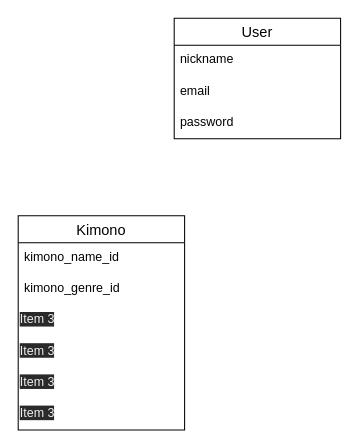
Above: kimono.dio in tumugi-koume/kimono-31114 (draw.io), before the change. Source tidied: cells renumbered, new cells numbered last; positions are measured from the earlier drawing's top-left corner, leaving out a move shared by most shapes. Both pictures are drawn from the tidied source at 104%, with x=0, y=0 at pixel (18, 18).
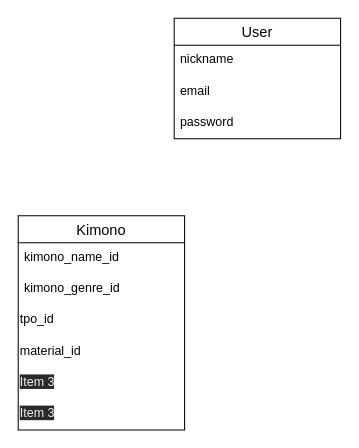
The same page after the edit.

The edit, as a diff of the source:
```diff
@@
 <mxGraphModel>
   <root>
     <mxCell id="0" />
     <mxCell id="1" parent="0" />
     <mxCell id="2" value="User" style="swimlane;fontStyle=0;horizontal=1;startSize=26;align=center;fontSize=14;" parent="1" vertex="1">
       <mxGeometry x="150" width="160" height="116" as="geometry" />
     </mxCell>
     <mxCell id="3" value="nickname" style="text;strokeColor=none;fillColor=none;spacingLeft=4;spacingRight=4;overflow=hidden;fontSize=12;" parent="2" vertex="1">
       <mxGeometry y="26" width="160" height="30" as="geometry" />
     </mxCell>
     <mxCell id="4" value="email" style="text;strokeColor=none;fillColor=none;spacingLeft=4;spacingRight=4;overflow=hidden;fontSize=12;" parent="2" vertex="1">
       <mxGeometry y="56" width="160" height="30" as="geometry" />
     </mxCell>
     <mxCell id="5" value="password" style="text;strokeColor=none;fillColor=none;spacingLeft=4;spacingRight=4;overflow=hidden;fontSize=12;" parent="2" vertex="1">
       <mxGeometry y="86" width="160" height="30" as="geometry" />
     </mxCell>
     <mxCell id="6" value="Kimono" style="swimlane;fontStyle=0;horizontal=1;startSize=26;align=center;fontSize=14;" parent="1" vertex="1">
       <mxGeometry y="190" width="160" height="206" as="geometry" />
     </mxCell>
     <mxCell id="7" value="kimono_name_id" style="text;strokeColor=none;fillColor=none;spacingLeft=4;spacingRight=4;overflow=hidden;fontSize=12;" parent="6" vertex="1">
       <mxGeometry y="26" width="160" height="30" as="geometry" />
     </mxCell>
     <mxCell id="8" value="kimono_genre_id" style="text;strokeColor=none;fillColor=none;spacingLeft=4;spacingRight=4;overflow=hidden;fontSize=12;" parent="6" vertex="1">
       <mxGeometry y="56" width="160" height="30" as="geometry" />
     </mxCell>
-    <mxCell id="9" value="&lt;span style=&quot;color: rgb(240, 240, 240); font-family: helvetica; font-size: 12px; font-style: normal; font-weight: 400; letter-spacing: normal; text-align: left; text-indent: 0px; text-transform: none; word-spacing: 0px; background-color: rgb(42, 42, 42); display: inline; float: none;&quot;&gt;Item 3&lt;/span&gt;" style="text;whiteSpace=wrap;html=1;" parent="6" vertex="1">
+    <mxCell id="9" value="&lt;font face=&quot;helvetica&quot;&gt;tpo_id&lt;/font&gt;" style="text;whiteSpace=wrap;html=1;" parent="6" vertex="1">
       <mxGeometry y="86" width="160" height="30" as="geometry" />
     </mxCell>
-    <mxCell id="10" value="&lt;span style=&quot;color: rgb(240, 240, 240); font-family: helvetica; font-size: 12px; font-style: normal; font-weight: 400; letter-spacing: normal; text-align: left; text-indent: 0px; text-transform: none; word-spacing: 0px; background-color: rgb(42, 42, 42); display: inline; float: none;&quot;&gt;Item 3&lt;/span&gt;" style="text;whiteSpace=wrap;html=1;" parent="6" vertex="1">
+    <mxCell id="10" value="&lt;font face=&quot;helvetica&quot;&gt;material_id&lt;/font&gt;" style="text;whiteSpace=wrap;html=1;" parent="6" vertex="1">
       <mxGeometry y="116" width="160" height="30" as="geometry" />
     </mxCell>
     <mxCell id="11" value="&lt;span style=&quot;color: rgb(240, 240, 240); font-family: helvetica; font-size: 12px; font-style: normal; font-weight: 400; letter-spacing: normal; text-align: left; text-indent: 0px; text-transform: none; word-spacing: 0px; background-color: rgb(42, 42, 42); display: inline; float: none;&quot;&gt;Item 3&lt;/span&gt;" style="text;whiteSpace=wrap;html=1;" parent="6" vertex="1">
       <mxGeometry y="146" width="160" height="30" as="geometry" />
     </mxCell>
     <mxCell id="12" value="&lt;span style=&quot;color: rgb(240, 240, 240); font-family: helvetica; font-size: 12px; font-style: normal; font-weight: 400; letter-spacing: normal; text-align: left; text-indent: 0px; text-transform: none; word-spacing: 0px; background-color: rgb(42, 42, 42); display: inline; float: none;&quot;&gt;Item 3&lt;/span&gt;" style="text;whiteSpace=wrap;html=1;" parent="6" vertex="1">
       <mxGeometry y="176" width="160" height="30" as="geometry" />
     </mxCell>
   </root>
 </mxGraphModel>
```
